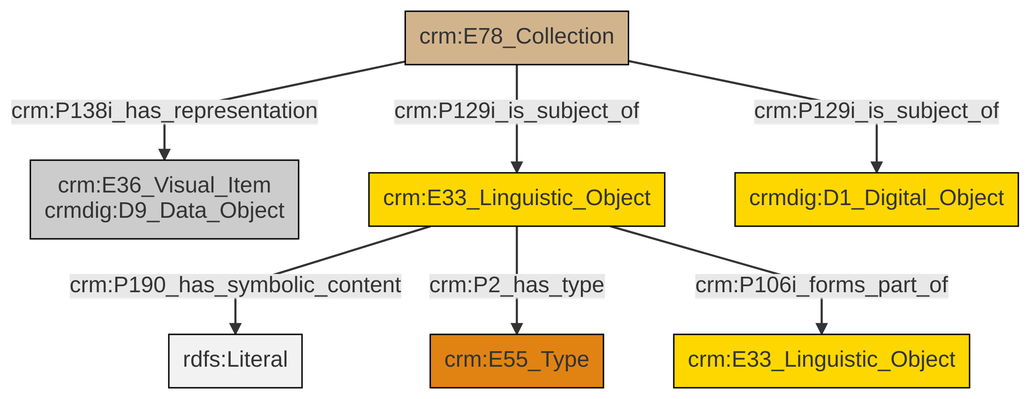
Before: et/archivalCSV/ttl/mmd/png/archival_docs.png, a diagram exported from Mermaid (swiss-art-research-net/docs.swissartresearch). Its source is kept beside it as et/archivalCSV/ttl/mmd/archival_docs.ttl.mmd.
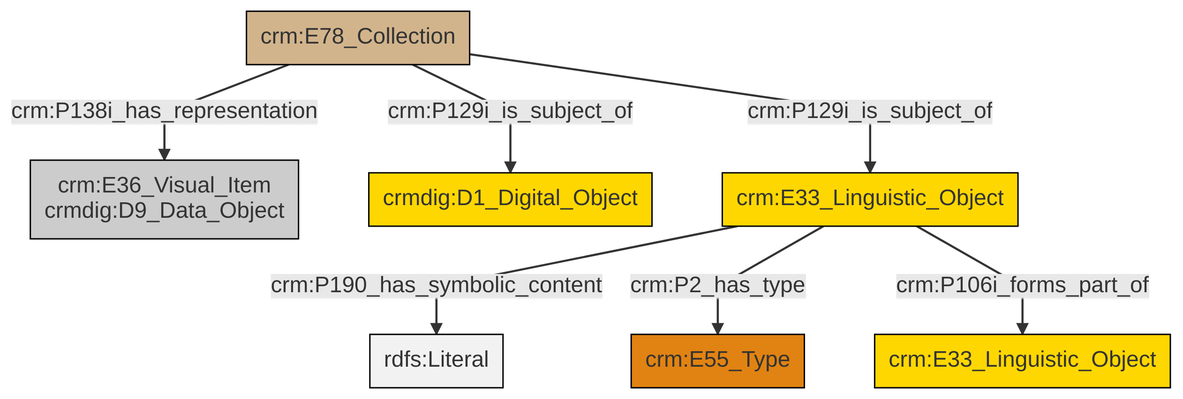
Above is the later version.

Change to the diagram source:
```diff
@@ -13,9 +13,9 @@
 classDef PC_Classes fill:#4ce600, stroke:#000000;
 classDef Multi fill:#cccccc,stroke:#000000;
 
-5["crm:E33_Linguistic_Object"]:::Conceptual_Object -->|crm:P190_has_symbolic_content| 6[rdfs:Literal]:::Literal
-5["crm:E33_Linguistic_Object"]:::Conceptual_Object -->|crm:P2_has_type| 3["crm:E55_Type"]:::Type
-9["crm:E78_Collection"]:::Physical_Thing -->|crm:P129i_is_subject_of| 5["crm:E33_Linguistic_Object"]:::Conceptual_Object
-9["crm:E78_Collection"]:::Physical_Thing -->|crm:P138i_has_representation| 0["crm:E36_Visual_Item<br>crmdig:D9_Data_Object"]:::Multi
-5["crm:E33_Linguistic_Object"]:::Conceptual_Object -->|crm:P106i_forms_part_of| 7["crm:E33_Linguistic_Object"]:::Conceptual_Object
-9["crm:E78_Collection"]:::Physical_Thing -->|crm:P129i_is_subject_of| 10["crmdig:D1_Digital_Object"]:::Conceptual_Object
+0["crm:E78_Collection"]:::Physical_Thing -->|crm:P138i_has_representation| 1["crm:E36_Visual_Item<br>crmdig:D9_Data_Object"]:::Multi
+0["crm:E78_Collection"]:::Physical_Thing -->|crm:P129i_is_subject_of| 2["crmdig:D1_Digital_Object"]:::Conceptual_Object
+3["crm:E33_Linguistic_Object"]:::Conceptual_Object -->|crm:P190_has_symbolic_content| 5[rdfs:Literal]:::Literal
+0["crm:E78_Collection"]:::Physical_Thing -->|crm:P129i_is_subject_of| 3["crm:E33_Linguistic_Object"]:::Conceptual_Object
+3["crm:E33_Linguistic_Object"]:::Conceptual_Object -->|crm:P2_has_type| 11["crm:E55_Type"]:::Type
+3["crm:E33_Linguistic_Object"]:::Conceptual_Object -->|crm:P106i_forms_part_of| 7["crm:E33_Linguistic_Object"]:::Conceptual_Object
```
